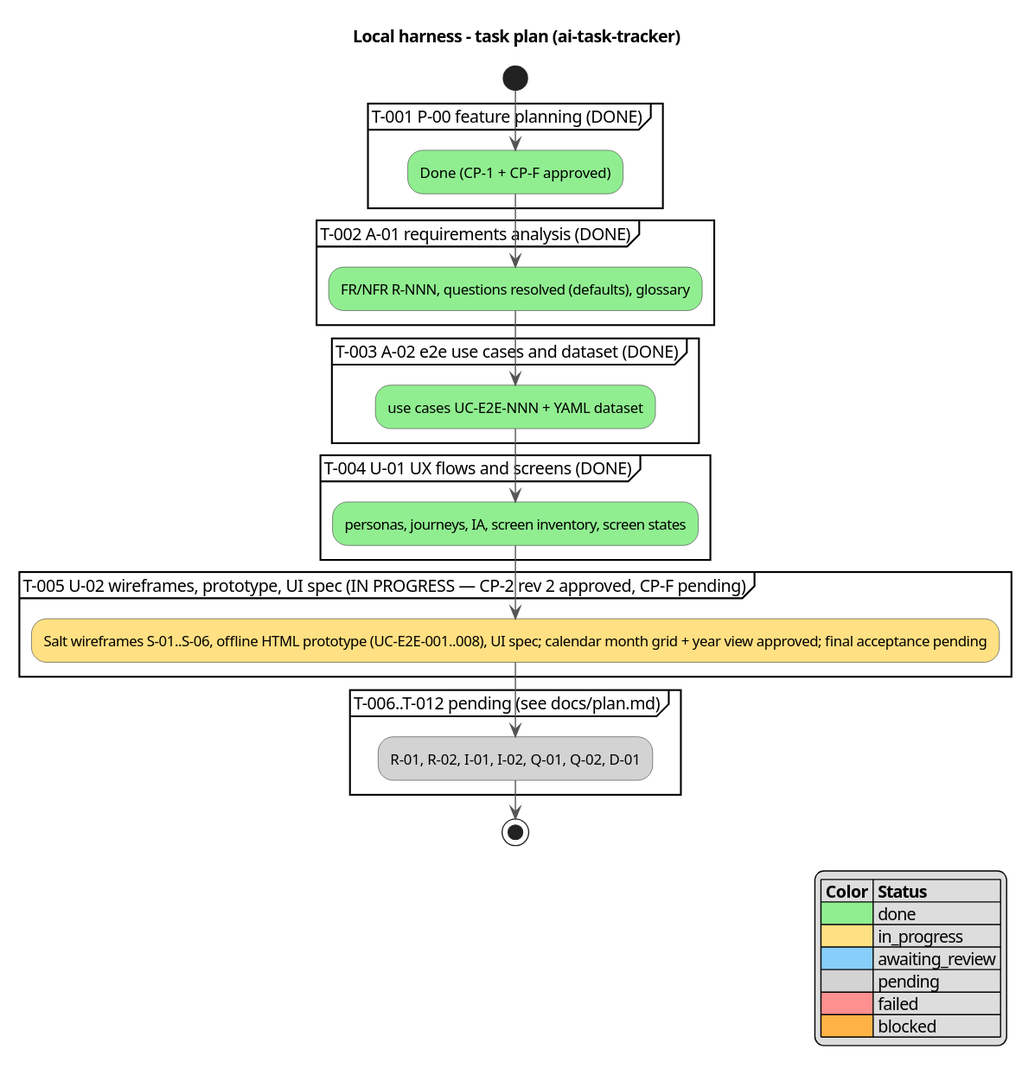
Before: docs/activity.svg, a diagram exported from PlantUML (serge-sasov/ai-task-tracker).
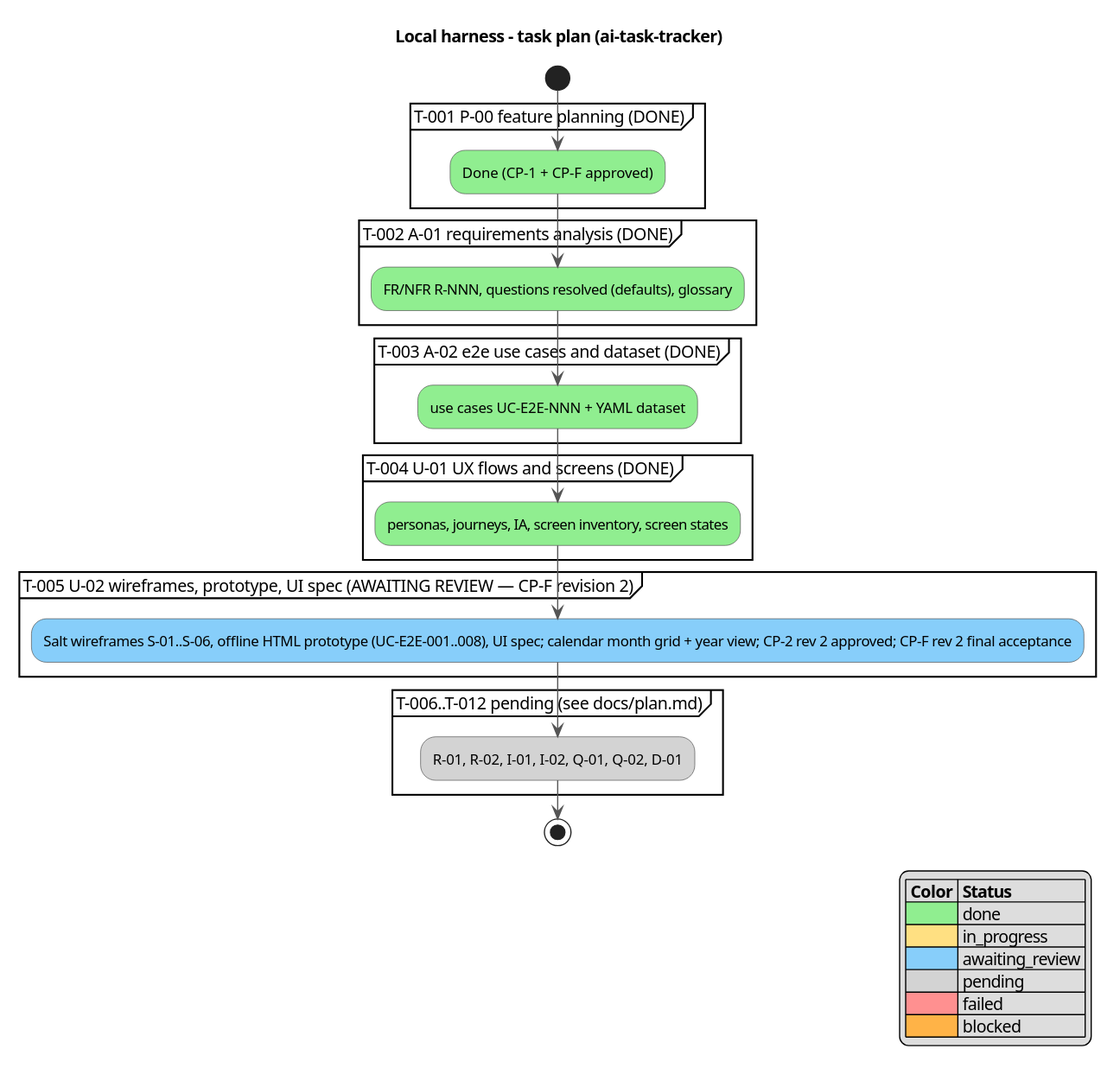
After the change.

Commit message:
T-005: CP-F revision 2 (U-02 final acceptance) awaiting review

Change to the diagram source:
```diff
@@ -18,8 +18,8 @@
 partition "T-004 U-01 UX flows and screens (DONE)" {
   :personas, journeys, IA, screen inventory, screen states; <<#90EE90>>
 }
-partition "T-005 U-02 wireframes, prototype, UI spec (IN PROGRESS — CP-2 rev 2 approved, CP-F pending)" {
-  :Salt wireframes S-01..S-06, offline HTML prototype (UC-E2E-001..008), UI spec; calendar month grid + year view approved; final acceptance pending; <<#FFE082>>
+partition "T-005 U-02 wireframes, prototype, UI spec (AWAITING REVIEW — CP-F revision 2)" {
+  :Salt wireframes S-01..S-06, offline HTML prototype (UC-E2E-001..008), UI spec; calendar month grid + year view; CP-2 rev 2 approved; CP-F rev 2 final acceptance; <<#87CEFA>>
 }
 partition "T-006..T-012 pending (see docs/plan.md)" {
   :R-01, R-02, I-01, I-02, Q-01, Q-02, D-01; <<#D3D3D3>>
```
